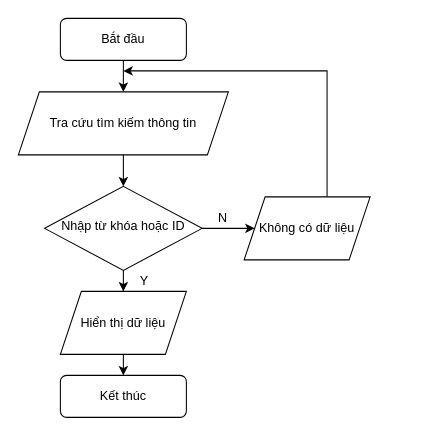
vanluong94/aptech-market-management-system keeps this draw.io diagram as assets/flow-chart/search.drawio. Above is the earlier version. Source tidied: cells renumbered, new cells numbered last; positions are measured from the earlier drawing's top-left corner, leaving out a move shared by most shapes. Both pictures are drawn from the tidied source at 105%, with x=0, y=0 at pixel (18, 18).
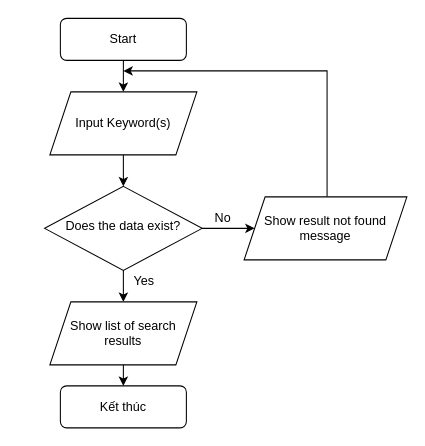
After the change.

The edit, as a diff of the source:
```diff
@@
 <mxGraphModel>
   <root>
     <mxCell id="0" />
     <mxCell id="1" parent="0" />
     <mxCell id="2" style="edgeStyle=orthogonalEdgeStyle;rounded=0;jettySize=auto;html=1;" parent="1" edge="1" source="3" target="9">
       <mxGeometry relative="1" as="geometry" />
     </mxCell>
-    <mxCell id="3" value="Bắt đầu" style="rounded=1;whiteSpace=wrap;html=1;fontSize=12;glass=0;strokeWidth=1;shadow=0;" parent="1" vertex="1">
+    <mxCell id="3" value="Start" style="rounded=1;whiteSpace=wrap;html=1;fontSize=12;glass=0;strokeWidth=1;shadow=0;" parent="1" vertex="1">
       <mxGeometry x="40" width="120" height="40" as="geometry" />
     </mxCell>
     <mxCell id="4" style="edgeStyle=orthogonalEdgeStyle;rounded=0;jettySize=auto;html=1;entryX=0;entryY=0.5;entryDx=0;entryDy=0;" parent="1" edge="1" source="6" target="13">
       <mxGeometry relative="1" as="geometry" />
     </mxCell>
     <mxCell id="5" style="edgeStyle=orthogonalEdgeStyle;rounded=0;jettySize=auto;html=1;" parent="1" edge="1" source="6" target="11">
       <mxGeometry relative="1" as="geometry" />
     </mxCell>
-    <mxCell id="6" value="Nhập từ khóa hoặc ID" style="rhombus;whiteSpace=wrap;html=1;shadow=0;fontFamily=Helvetica;fontSize=12;align=center;strokeWidth=1;spacing=6;spacingTop=-4;" parent="1" vertex="1">
+    <mxCell id="6" value="Does the data exist?" style="rhombus;whiteSpace=wrap;html=1;shadow=0;fontFamily=Helvetica;fontSize=12;align=center;strokeWidth=1;spacing=6;spacingTop=-4;" parent="1" vertex="1">
       <mxGeometry x="25" y="160" width="150" height="80" as="geometry" />
     </mxCell>
     <mxCell id="7" value="Kết thúc" style="rounded=1;whiteSpace=wrap;html=1;fontSize=12;glass=0;strokeWidth=1;shadow=0;" parent="1" vertex="1">
-      <mxGeometry x="40" y="340" width="120" height="40" as="geometry" />
+      <mxGeometry x="40" y="350" width="120" height="40" as="geometry" />
     </mxCell>
     <mxCell id="8" style="edgeStyle=orthogonalEdgeStyle;rounded=0;jettySize=auto;html=1;" parent="1" edge="1" source="9" target="6">
       <mxGeometry relative="1" as="geometry" />
     </mxCell>
-    <mxCell id="9" value="Tra cứu tìm kiếm thông tin" style="shape=parallelogram;perimeter=parallelogramPerimeter;whiteSpace=wrap;html=1;fixedSize=1;" parent="1" vertex="1">
-      <mxGeometry y="70" width="200" height="60" as="geometry" />
+    <mxCell id="9" value="Input Keyword(s)" style="shape=parallelogram;perimeter=parallelogramPerimeter;whiteSpace=wrap;html=1;fixedSize=1;" parent="1" vertex="1">
+      <mxGeometry x="30" y="70" width="140" height="60" as="geometry" />
     </mxCell>
-    <mxCell id="10" style="edgeStyle=orthogonalEdgeStyle;rounded=0;orthogonalLoop=1;jettySize=auto;html=1;entryX=0.5;entryY=0;entryDx=0;entryDy=0;" parent="1" edge="1">
+    <mxCell id="10" style="edgeStyle=orthogonalEdgeStyle;rounded=0;jettySize=auto;html=1;entryX=0.5;entryY=0;entryDx=0;entryDy=0;" parent="1" edge="1" target="7">
       <mxGeometry relative="1" as="geometry">
         <mxPoint x="100" y="320" as="sourcePoint" />
-        <mxPoint x="100" y="340" as="targetPoint" />
       </mxGeometry>
     </mxCell>
-    <mxCell id="11" value="&lt;span&gt;Hiển thị dữ liệu&lt;/span&gt;" style="shape=parallelogram;perimeter=parallelogramPerimeter;whiteSpace=wrap;html=1;fixedSize=1;" parent="1" vertex="1">
-      <mxGeometry x="40" y="260" width="120" height="60" as="geometry" />
+    <mxCell id="11" value="Show list of search results" style="shape=parallelogram;perimeter=parallelogramPerimeter;whiteSpace=wrap;html=1;fixedSize=1;" parent="1" vertex="1">
+      <mxGeometry x="30" y="270" width="140" height="60" as="geometry" />
     </mxCell>
     <mxCell id="12" style="edgeStyle=orthogonalEdgeStyle;rounded=0;jettySize=auto;html=1;" parent="1" edge="1" source="13">
       <mxGeometry relative="1" as="geometry">
         <mxPoint x="100" y="50" as="targetPoint" />
         <Array as="points">
           <mxPoint x="294" y="50" />
         </Array>
       </mxGeometry>
     </mxCell>
-    <mxCell id="13" value="&lt;span&gt;Không có dữ liệu&lt;/span&gt;" style="shape=parallelogram;perimeter=parallelogramPerimeter;whiteSpace=wrap;html=1;fixedSize=1;" parent="1" vertex="1">
-      <mxGeometry x="215" y="170" width="120" height="60" as="geometry" />
+    <mxCell id="13" value="Show result not found message" style="shape=parallelogram;perimeter=parallelogramPerimeter;whiteSpace=wrap;html=1;fixedSize=1;" parent="1" vertex="1">
+      <mxGeometry x="215" y="170" width="155" height="60" as="geometry" />
     </mxCell>
-    <mxCell id="14" value="N" style="text;html=1;strokeColor=none;fillColor=none;align=center;verticalAlign=middle;whiteSpace=wrap;rounded=0;" parent="1" vertex="1">
+    <mxCell id="14" value="No" style="text;html=1;strokeColor=none;fillColor=none;align=center;verticalAlign=middle;whiteSpace=wrap;rounded=0;" parent="1" vertex="1">
       <mxGeometry x="175" y="180" width="40" height="20" as="geometry" />
     </mxCell>
-    <mxCell id="15" value="Y" style="text;html=1;strokeColor=none;fillColor=none;align=center;verticalAlign=middle;whiteSpace=wrap;rounded=0;" parent="1" vertex="1">
+    <mxCell id="15" value="Yes" style="text;html=1;strokeColor=none;fillColor=none;align=center;verticalAlign=middle;whiteSpace=wrap;rounded=0;" parent="1" vertex="1">
       <mxGeometry x="100" y="240" width="40" height="20" as="geometry" />
     </mxCell>
   </root>
 </mxGraphModel>
```
